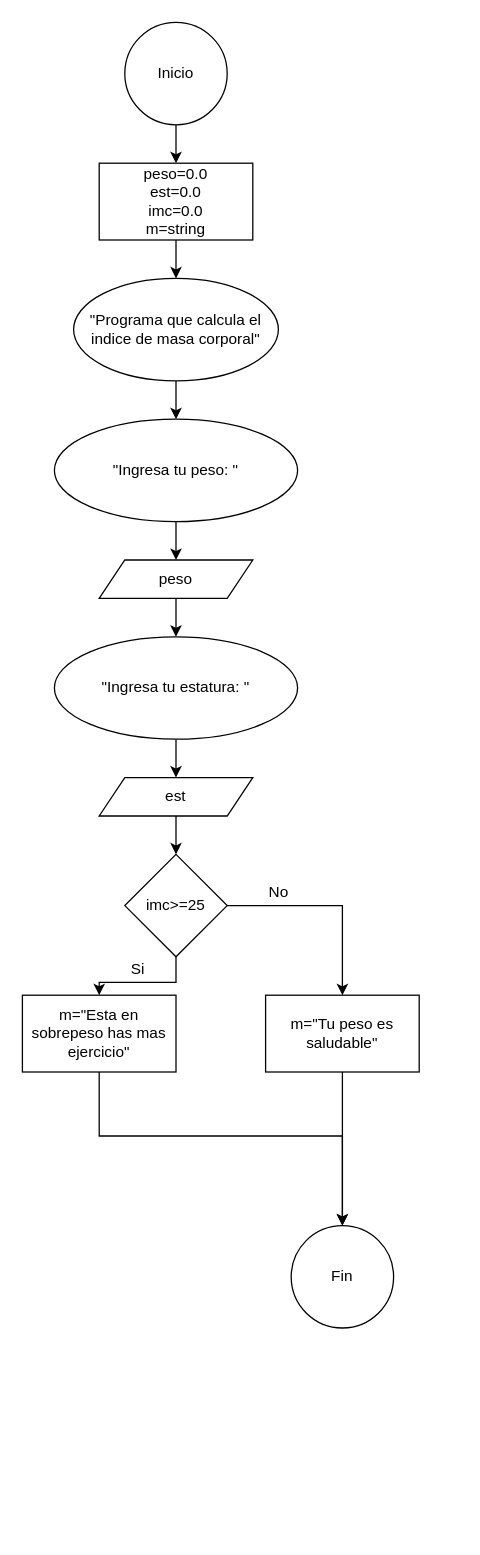
The draw.io diagram 6.- imc.drawio in GhostDopFerB/dwdwd, before the edit. Source tidied: cells renumbered, new cells numbered last; positions are measured from the earlier drawing's top-left corner, leaving out a move shared by most shapes. Both pictures are drawn from the tidied source at 128%, with x=0, y=0 at pixel (22, 22).
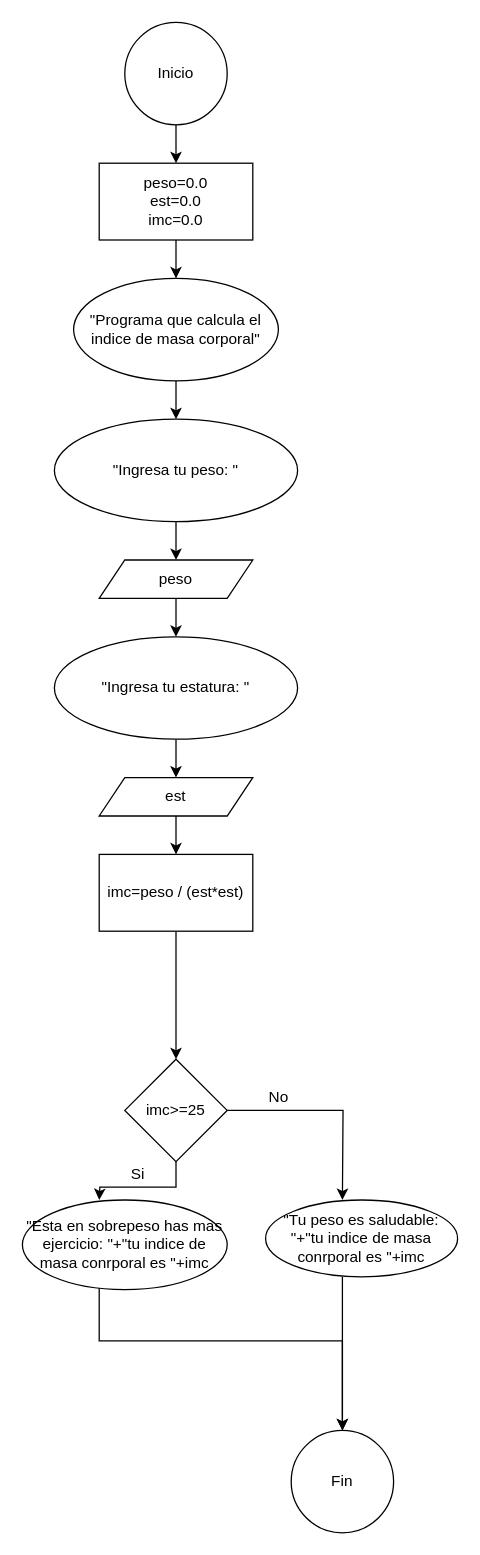
After the change.

Unchanged cells that the change refers to:
```xml
<mxCell id="15" value="est" style="shape=parallelogram;perimeter=parallelogramPerimeter;whiteSpace=wrap;html=1;fixedSize=1;" parent="1" vertex="1">
  <mxGeometry x="60" y="590" width="120" height="30" as="geometry" />
</mxCell>
```

Change to the diagram source:
```diff
@@
-    <mxCell id="4" value="peso=0.0&lt;br&gt;est=0.0&lt;br&gt;imc=0.0&lt;br&gt;m=string" style="rounded=0;whiteSpace=wrap;html=1;" parent="1" vertex="1">
+    <mxCell id="4" value="peso=0.0&lt;br&gt;est=0.0&lt;br&gt;imc=0.0&lt;br&gt;" style="rounded=0;whiteSpace=wrap;html=1;" parent="1" vertex="1">
       <mxGeometry x="60" y="110" width="120" height="60" as="geometry" />
     </mxCell>
@@
-    <mxCell id="14" style="edgeStyle=orthogonalEdgeStyle;rounded=0;jettySize=auto;html=1;entryX=0.5;entryY=0;entryDx=0;entryDy=0;" parent="1" edge="1" source="15" target="18">
-      <mxGeometry relative="1" as="geometry" />
-    </mxCell>
+    <mxCell id="26" style="edgeStyle=orthogonalEdgeStyle;rounded=0;jettySize=auto;html=1;exitX=0.5;exitY=1;exitDx=0;exitDy=0;" parent="1" edge="1" source="15" target="28">
+      <mxGeometry relative="1" as="geometry" />
+    </mxCell>
@@
-    <mxCell id="16" style="edgeStyle=orthogonalEdgeStyle;rounded=0;jettySize=auto;html=1;entryX=0.5;entryY=0;entryDx=0;entryDy=0;" parent="1" edge="1" source="18" target="20">
-      <mxGeometry relative="1" as="geometry" />
+    <mxCell id="16" style="edgeStyle=orthogonalEdgeStyle;rounded=0;jettySize=auto;html=1;entryX=0.5;entryY=0;entryDx=0;entryDy=0;" parent="1" edge="1" source="18">
+      <mxGeometry relative="1" as="geometry">
+        <mxPoint x="250" y="920" as="targetPoint" />
+      </mxGeometry>
     </mxCell>
-    <mxCell id="17" style="edgeStyle=orthogonalEdgeStyle;rounded=0;jettySize=auto;html=1;exitX=0.5;exitY=1;exitDx=0;exitDy=0;entryX=0.5;entryY=0;entryDx=0;entryDy=0;" parent="1" edge="1" source="18" target="24">
-      <mxGeometry relative="1" as="geometry" />
+    <mxCell id="17" style="edgeStyle=orthogonalEdgeStyle;rounded=0;jettySize=auto;html=1;exitX=0.5;exitY=1;exitDx=0;exitDy=0;entryX=0.5;entryY=0;entryDx=0;entryDy=0;" parent="1" edge="1" source="18">
+      <mxGeometry relative="1" as="geometry">
+        <mxPoint x="60" y="920" as="targetPoint" />
+      </mxGeometry>
     </mxCell>
     <mxCell id="18" value="imc&amp;gt;=25" style="rhombus;whiteSpace=wrap;html=1;" parent="1" vertex="1">
-      <mxGeometry x="80" y="650" width="80" height="80" as="geometry" />
+      <mxGeometry x="80" y="810" width="80" height="80" as="geometry" />
     </mxCell>
-    <mxCell id="19" style="edgeStyle=orthogonalEdgeStyle;rounded=0;jettySize=auto;html=1;" parent="1" edge="1" source="20">
+    <mxCell id="19" style="edgeStyle=orthogonalEdgeStyle;rounded=0;orthogonalLoop=1;jettySize=auto;html=1;" parent="1" edge="1">
       <mxGeometry relative="1" as="geometry">
-        <mxPoint x="250" y="940" as="targetPoint" />
+        <mxPoint x="250" y="980" as="sourcePoint" />
+        <mxPoint x="250" y="1100" as="targetPoint" />
       </mxGeometry>
     </mxCell>
-    <mxCell id="20" value="m=&quot;Tu peso es saludable&quot;" style="rounded=0;whiteSpace=wrap;html=1;" parent="1" vertex="1">
-      <mxGeometry x="190" y="760" width="120" height="60" as="geometry" />
-    </mxCell>
     <mxCell id="21" value="Si" style="text;html=1;align=center;verticalAlign=middle;" parent="1" vertex="1">
-      <mxGeometry x="75" y="730" width="30" height="20" as="geometry" />
+      <mxGeometry x="75" y="890" width="30" height="20" as="geometry" />
     </mxCell>
     <mxCell id="22" value="No" style="text;html=1;align=center;verticalAlign=middle;" parent="1" vertex="1">
-      <mxGeometry x="185" y="670" width="30" height="20" as="geometry" />
+      <mxGeometry x="185" y="830" width="30" height="20" as="geometry" />
     </mxCell>
-    <mxCell id="23" style="edgeStyle=orthogonalEdgeStyle;rounded=0;jettySize=auto;html=1;entryX=0.5;entryY=0;entryDx=0;entryDy=0;" parent="1" edge="1" source="24" target="25">
+    <mxCell id="23" style="edgeStyle=orthogonalEdgeStyle;rounded=0;jettySize=auto;html=1;entryX=0.5;entryY=0;entryDx=0;entryDy=0;" parent="1" edge="1" target="25">
       <mxGeometry relative="1" as="geometry">
+        <mxPoint x="60" y="980" as="sourcePoint" />
         <Array as="points">
-          <mxPoint x="60" y="870" />
-          <mxPoint x="250" y="870" />
+          <mxPoint x="60" y="1030" />
+          <mxPoint x="250" y="1030" />
         </Array>
       </mxGeometry>
     </mxCell>
-    <mxCell id="24" value="m=&quot;Esta en sobrepeso has mas ejercicio&quot;" style="whiteSpace=wrap;html=1;" parent="1" vertex="1">
-      <mxGeometry y="760" width="120" height="60" as="geometry" />
-    </mxCell>
     <mxCell id="25" value="Fin" style="ellipse;whiteSpace=wrap;html=1;" parent="1" vertex="1">
-      <mxGeometry x="210" y="940" width="80" height="80" as="geometry" />
+      <mxGeometry x="210" y="1100" width="80" height="80" as="geometry" />
     </mxCell>
+    <mxCell id="27" style="edgeStyle=orthogonalEdgeStyle;rounded=0;jettySize=auto;html=1;entryX=0.5;entryY=0;entryDx=0;entryDy=0;" parent="1" edge="1" source="28" target="18">
+      <mxGeometry relative="1" as="geometry" />
+    </mxCell>
+    <mxCell id="28" value="imc=peso / (est*est)" style="rounded=0;whiteSpace=wrap;html=1;" parent="1" vertex="1">
+      <mxGeometry x="60" y="650" width="120" height="60" as="geometry" />
+    </mxCell>
+    <mxCell id="29" value="&quot;Esta en sobrepeso has mas ejercicio: &quot;+&quot;tu indice de masa conrporal es &quot;+imc" style="ellipse;whiteSpace=wrap;html=1;" parent="1" vertex="1">
+      <mxGeometry y="920" width="160" height="70" as="geometry" />
+    </mxCell>
+    <mxCell id="30" value="&quot;Tu peso es saludable: &quot;+&quot;tu indice de masa conrporal es &quot;+imc" style="ellipse;whiteSpace=wrap;html=1;" parent="1" vertex="1">
+      <mxGeometry x="190" y="920" width="150" height="60" as="geometry" />
+    </mxCell>
```
